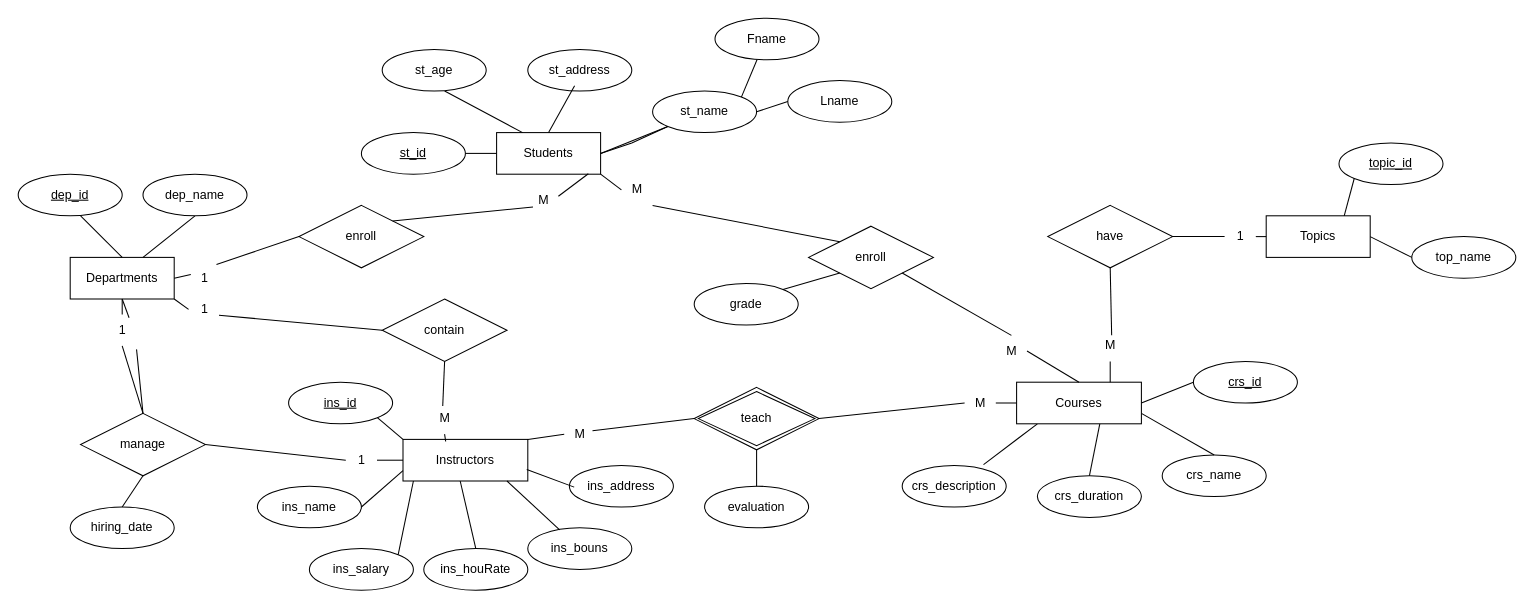
This is Untitled Diagram.drawio from m-saad-dev/database, a draw.io file, before an edit. Source tidied: cells renumbered, new cells numbered last; positions are measured from the earlier drawing's top-left corner, leaving out a move shared by most shapes. Both pictures are drawn from the tidied source at 104%, with x=0, y=0 at pixel (18, 18).
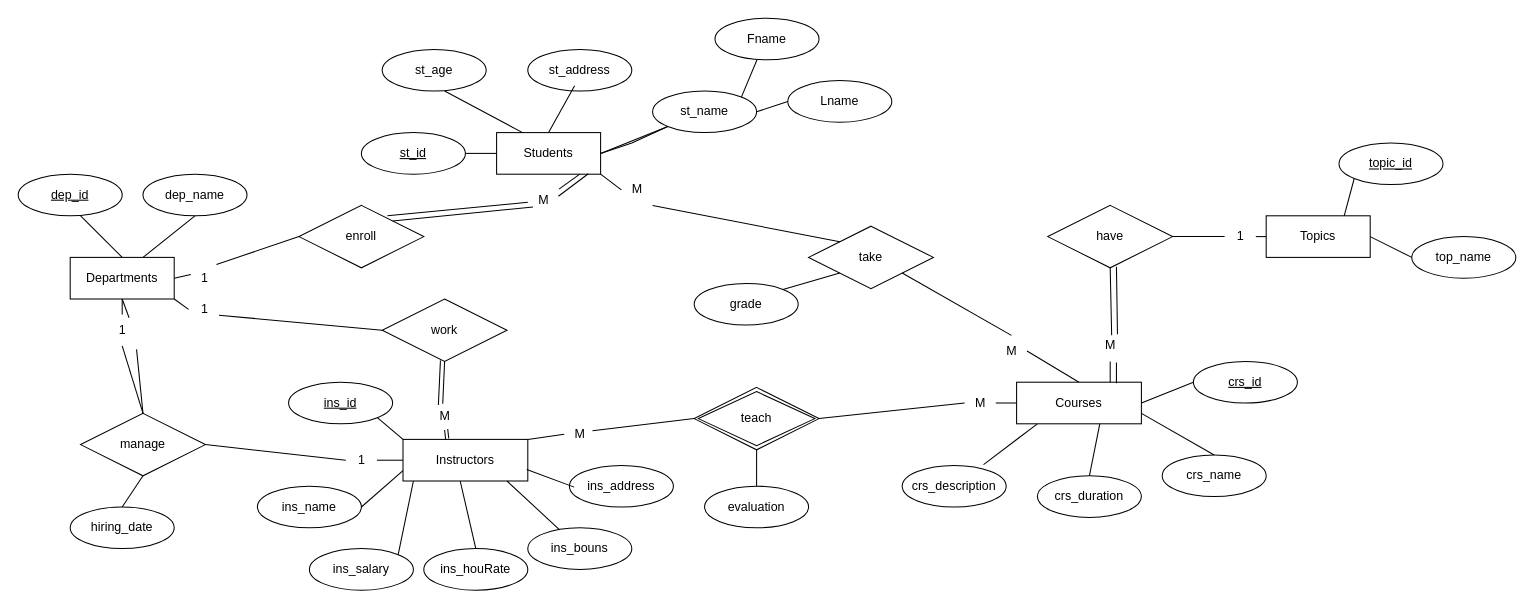
Above is the later version.

Commit message:
ITI-ER diagram is completed

Unchanged cells that the change refers to:
```xml
<mxCell id="21" value="Instructors" style="whiteSpace=wrap;html=1;align=center;" parent="1" vertex="1">
  <mxGeometry x="370" y="405" width="120" height="40" as="geometry" />
</mxCell>
<mxCell id="57" value="M" style="text;html=1;align=center;verticalAlign=middle;points=[];strokeColor=none;fillColor=none;" parent="1" vertex="1">
  <mxGeometry x="490" y="160" width="30" height="30" as="geometry" />
</mxCell>
```

Change to the diagram source:
```diff
@@
-    <mxCell id="48" value="enroll" style="shape=rhombus;perimeter=rhombusPerimeter;whiteSpace=wrap;html=1;align=center;" parent="1" vertex="1">
+    <mxCell id="48" value="take" style="shape=rhombus;perimeter=rhombusPerimeter;whiteSpace=wrap;html=1;align=center;" parent="1" vertex="1">
       <mxGeometry x="760" y="200" width="120" height="60" as="geometry" />
     </mxCell>
@@
-    <mxCell id="64" value="contain" style="shape=rhombus;perimeter=rhombusPerimeter;whiteSpace=wrap;html=1;align=center;" parent="1" vertex="1">
+    <mxCell id="64" value="work" style="shape=rhombus;perimeter=rhombusPerimeter;whiteSpace=wrap;html=1;align=center;" parent="1" vertex="1">
       <mxGeometry x="350" y="270" width="120" height="60" as="geometry" />
     </mxCell>
@@
-    <mxCell id="69" style="endArrow=none;html=1;rounded=0;entryX=0.5;entryY=1;entryDx=0;entryDy=0;exitX=0.342;exitY=0.05;exitDx=0;exitDy=0;exitPerimeter=0;" parent="1" edge="1" source="21" target="70">
-      <mxGeometry relative="1" as="geometry" />
+    <mxCell id="69" style="endArrow=none;html=1;rounded=0;entryX=0.5;entryY=1;entryDx=0;entryDy=0;exitX=0.342;exitY=0.05;exitDx=0;exitDy=0;exitPerimeter=0;" parent="1" edge="1">
+      <mxGeometry relative="1" as="geometry">
+        <mxPoint x="411" y="405" as="sourcePoint" />
+        <mxPoint x="410" y="396" as="targetPoint" />
+      </mxGeometry>
     </mxCell>
     <mxCell id="70" value="M" style="text;html=1;align=center;verticalAlign=middle;points=[];strokeColor=none;fillColor=none;" parent="1" vertex="1">
-      <mxGeometry x="395" y="370" width="30" height="30" as="geometry" />
+      <mxGeometry x="395" y="368" width="30" height="30" as="geometry" />
     </mxCell>
@@
+    <mxCell id="98" style="endArrow=none;html=1;rounded=0;" parent="1" edge="1" target="57">
+      <mxGeometry relative="1" as="geometry">
+        <mxPoint x="540" y="150" as="sourcePoint" />
+      </mxGeometry>
+    </mxCell>
+    <mxCell id="99" style="endArrow=none;html=1;rounded=0;entryX=1;entryY=0;entryDx=0;entryDy=0;exitX=0.167;exitY=0.72;exitDx=0;exitDy=0;exitPerimeter=0;" parent="1" edge="1">
+      <mxGeometry relative="1" as="geometry">
+        <mxPoint x="490" y="177" as="sourcePoint" />
+        <mxPoint x="355" y="190" as="targetPoint" />
+      </mxGeometry>
+    </mxCell>
+    <mxCell id="100" style="endArrow=none;html=1;rounded=0;entryX=0.5;entryY=1;entryDx=0;entryDy=0;exitX=0.44;exitY=0.093;exitDx=0;exitDy=0;exitPerimeter=0;" parent="1" edge="1">
+      <mxGeometry relative="1" as="geometry">
+        <mxPoint x="404" y="372" as="sourcePoint" />
+        <mxPoint x="406" y="329" as="targetPoint" />
+      </mxGeometry>
+    </mxCell>
+    <mxCell id="101" style="endArrow=none;html=1;rounded=0;entryX=0.5;entryY=1;entryDx=0;entryDy=0;exitX=0.342;exitY=0.05;exitDx=0;exitDy=0;exitPerimeter=0;" parent="1" edge="1">
+      <mxGeometry relative="1" as="geometry">
+        <mxPoint x="414" y="404" as="sourcePoint" />
+        <mxPoint x="413" y="395" as="targetPoint" />
+      </mxGeometry>
+    </mxCell>
+    <mxCell id="102" style="endArrow=none;html=1;rounded=0;exitX=0.5;exitY=1;exitDx=0;exitDy=0;entryX=0.547;entryY=0.16;entryDx=0;entryDy=0;entryPerimeter=0;" parent="1" edge="1">
+      <mxGeometry relative="1" as="geometry">
+        <mxPoint x="1056" y="239" as="sourcePoint" />
+        <mxPoint x="1057" y="304" as="targetPoint" />
+      </mxGeometry>
+    </mxCell>
+    <mxCell id="103" style="endArrow=none;html=1;rounded=0;exitX=0.5;exitY=1;exitDx=0;exitDy=0;entryX=0.75;entryY=0;entryDx=0;entryDy=0;" parent="1" edge="1">
+      <mxGeometry relative="1" as="geometry">
+        <mxPoint x="1056" y="331" as="sourcePoint" />
+        <mxPoint x="1056" y="351" as="targetPoint" />
+      </mxGeometry>
+    </mxCell>
```
